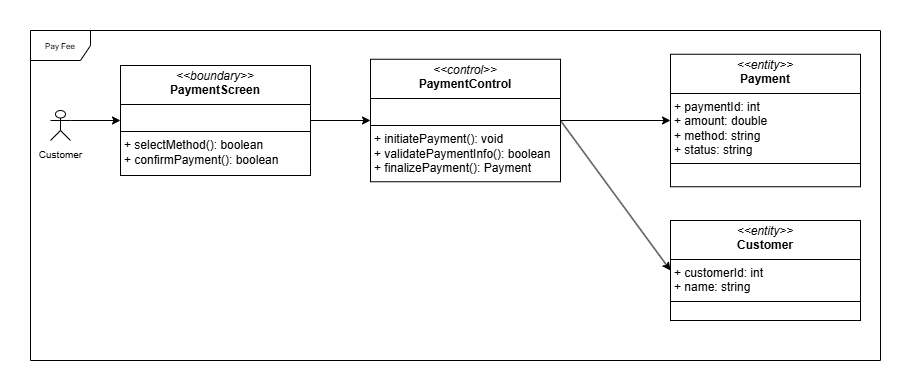
Before: Class-diagram/Boundary–Control–EntityDiagram/PayFee.png, a diagram exported from draw.io (HuyEuler/Apartment-management-system). Source tidied: cells renumbered, new cells last; positions are measured from the earlier drawing's top-left corner, leaving out a move shared by most shapes.
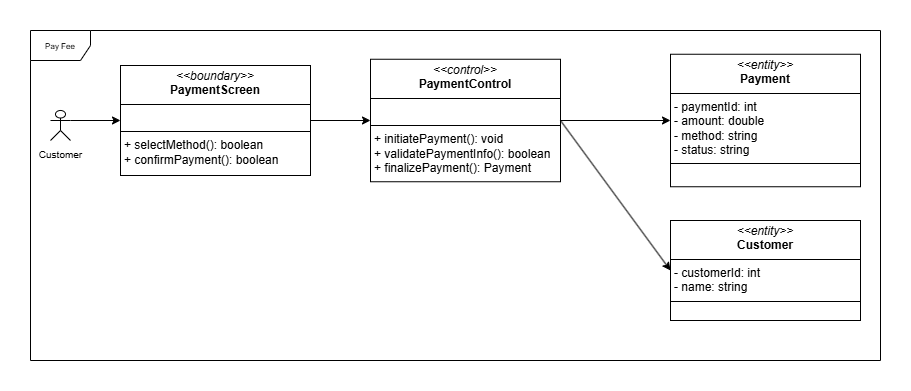
The same diagram one commit later.

What changed in the source:
```diff
@@ -14,10 +14,10 @@
     <mxCell id="5" value="&lt;p style=&quot;margin:0px;margin-top:4px;text-align:center;&quot;&gt;&lt;i&gt;&amp;lt;&amp;lt;control&amp;gt;&amp;gt;&lt;/i&gt;&lt;br&gt;&lt;b&gt;PaymentControl&lt;/b&gt;&lt;/p&gt;&lt;hr size=&quot;1&quot; style=&quot;border-style:solid;&quot;&gt;&lt;p style=&quot;margin:0px;margin-left:4px;&quot;&gt;&lt;br&gt;&lt;/p&gt;&lt;hr size=&quot;1&quot; style=&quot;border-style:solid;&quot;&gt;&lt;p style=&quot;margin:0px;margin-left:4px;&quot;&gt;+ initiatePayment(): void&lt;/p&gt;&lt;p style=&quot;margin:0px;margin-left:4px;&quot;&gt;+ validatePaymentInfo(): boolean&lt;/p&gt;&lt;p style=&quot;margin:0px;margin-left:4px;&quot;&gt;+ finalizePayment(): Payment&lt;/p&gt;" style="verticalAlign=top;align=left;overflow=fill;html=1;whiteSpace=wrap;" parent="1" vertex="1">
       <mxGeometry x="340" y="28.8" width="190" height="122.5" as="geometry" />
     </mxCell>
-    <mxCell id="6" value="&lt;p style=&quot;margin:0px;margin-top:4px;text-align:center;&quot;&gt;&lt;i&gt;&amp;lt;&amp;lt;entity&amp;gt;&amp;gt;&lt;/i&gt;&lt;br&gt;&lt;span style=&quot;background-color: transparent; color: light-dark(rgb(0, 0, 0), rgb(255, 255, 255)); text-align: left;&quot;&gt;&lt;b&gt;Payment&lt;/b&gt;&lt;/span&gt;&lt;/p&gt;&lt;hr size=&quot;1&quot; style=&quot;border-style:solid;&quot;&gt;&lt;p style=&quot;margin:0px;margin-left:4px;&quot;&gt;+&amp;nbsp;paymentId: int&lt;br&gt;+&amp;nbsp;amount: double&lt;br&gt;+&amp;nbsp;method: string&lt;br&gt;+&amp;nbsp;status: string&lt;/p&gt;&lt;hr size=&quot;1&quot; style=&quot;border-style:solid;&quot;&gt;&lt;p style=&quot;margin:0px;margin-left:4px;&quot;&gt;&lt;br&gt;&lt;/p&gt;" style="verticalAlign=top;align=left;overflow=fill;html=1;whiteSpace=wrap;" parent="1" vertex="1">
+    <mxCell id="6" value="&lt;p style=&quot;margin:0px;margin-top:4px;text-align:center;&quot;&gt;&lt;i&gt;&amp;lt;&amp;lt;entity&amp;gt;&amp;gt;&lt;/i&gt;&lt;br&gt;&lt;span style=&quot;background-color: transparent; color: light-dark(rgb(0, 0, 0), rgb(255, 255, 255)); text-align: left;&quot;&gt;&lt;b&gt;Payment&lt;/b&gt;&lt;/span&gt;&lt;/p&gt;&lt;hr size=&quot;1&quot; style=&quot;border-style:solid;&quot;&gt;&lt;p style=&quot;margin:0px;margin-left:4px;&quot;&gt;- paymentId: int&lt;br&gt;- amount: double&lt;br&gt;- method: string&lt;br&gt;- status: string&lt;/p&gt;&lt;hr size=&quot;1&quot; style=&quot;border-style:solid;&quot;&gt;&lt;p style=&quot;margin:0px;margin-left:4px;&quot;&gt;&lt;br&gt;&lt;/p&gt;" style="verticalAlign=top;align=left;overflow=fill;html=1;whiteSpace=wrap;" parent="1" vertex="1">
       <mxGeometry x="640" y="23.8" width="190" height="132.5" as="geometry" />
     </mxCell>
-    <mxCell id="7" value="&lt;p style=&quot;margin:0px;margin-top:4px;text-align:center;&quot;&gt;&lt;i&gt;&amp;lt;&amp;lt;entity&amp;gt;&amp;gt;&lt;/i&gt;&lt;br&gt;&lt;b&gt;Customer&lt;/b&gt;&lt;/p&gt;&lt;hr size=&quot;1&quot; style=&quot;border-style:solid;&quot;&gt;&lt;p style=&quot;margin: 0px 0px 0px 4px;&quot;&gt;&lt;span style=&quot;background-color: transparent; color: light-dark(rgb(0, 0, 0), rgb(255, 255, 255));&quot;&gt;+&amp;nbsp;&lt;/span&gt;&lt;span style=&quot;background-color: transparent; color: light-dark(rgb(0, 0, 0), rgb(255, 255, 255));&quot;&gt;customerId: int&lt;/span&gt;&lt;/p&gt;&lt;p style=&quot;margin: 0px 0px 0px 4px;&quot;&gt;&lt;span style=&quot;background-color: transparent; color: light-dark(rgb(0, 0, 0), rgb(255, 255, 255));&quot;&gt;+&amp;nbsp;&lt;/span&gt;&lt;span style=&quot;background-color: transparent; color: light-dark(rgb(0, 0, 0), rgb(255, 255, 255));&quot;&gt;name: string&lt;/span&gt;&lt;/p&gt;&lt;hr size=&quot;1&quot; style=&quot;border-style:solid;&quot;&gt;&lt;p style=&quot;margin:0px;margin-left:4px;&quot;&gt;&lt;br&gt;&lt;/p&gt;" style="verticalAlign=top;align=left;overflow=fill;html=1;whiteSpace=wrap;" parent="1" vertex="1">
+    <mxCell id="7" value="&lt;p style=&quot;margin:0px;margin-top:4px;text-align:center;&quot;&gt;&lt;i&gt;&amp;lt;&amp;lt;entity&amp;gt;&amp;gt;&lt;/i&gt;&lt;br&gt;&lt;b&gt;Customer&lt;/b&gt;&lt;/p&gt;&lt;hr size=&quot;1&quot; style=&quot;border-style:solid;&quot;&gt;&lt;p style=&quot;margin: 0px 0px 0px 4px;&quot;&gt;&lt;span style=&quot;background-color: transparent; color: light-dark(rgb(0, 0, 0), rgb(255, 255, 255));&quot;&gt;-&amp;nbsp;&lt;/span&gt;&lt;span style=&quot;background-color: transparent; color: light-dark(rgb(0, 0, 0), rgb(255, 255, 255));&quot;&gt;customerId: int&lt;/span&gt;&lt;/p&gt;&lt;p style=&quot;margin: 0px 0px 0px 4px;&quot;&gt;&lt;span style=&quot;background-color: transparent; color: light-dark(rgb(0, 0, 0), rgb(255, 255, 255));&quot;&gt;-&amp;nbsp;&lt;/span&gt;&lt;span style=&quot;background-color: transparent; color: light-dark(rgb(0, 0, 0), rgb(255, 255, 255));&quot;&gt;name: string&lt;/span&gt;&lt;/p&gt;&lt;hr size=&quot;1&quot; style=&quot;border-style:solid;&quot;&gt;&lt;p style=&quot;margin:0px;margin-left:4px;&quot;&gt;&lt;br&gt;&lt;/p&gt;" style="verticalAlign=top;align=left;overflow=fill;html=1;whiteSpace=wrap;" parent="1" vertex="1">
       <mxGeometry x="640" y="190" width="190" height="100" as="geometry" />
     </mxCell>
     <mxCell id="8" style="endArrow=classic;html=1;rounded=0;exitX=1;exitY=0.3333333333333333;exitDx=0;exitDy=0;exitPerimeter=0;entryX=0;entryY=0.5;entryDx=0;entryDy=0;" parent="1" edge="1" source="3" target="4">
```
